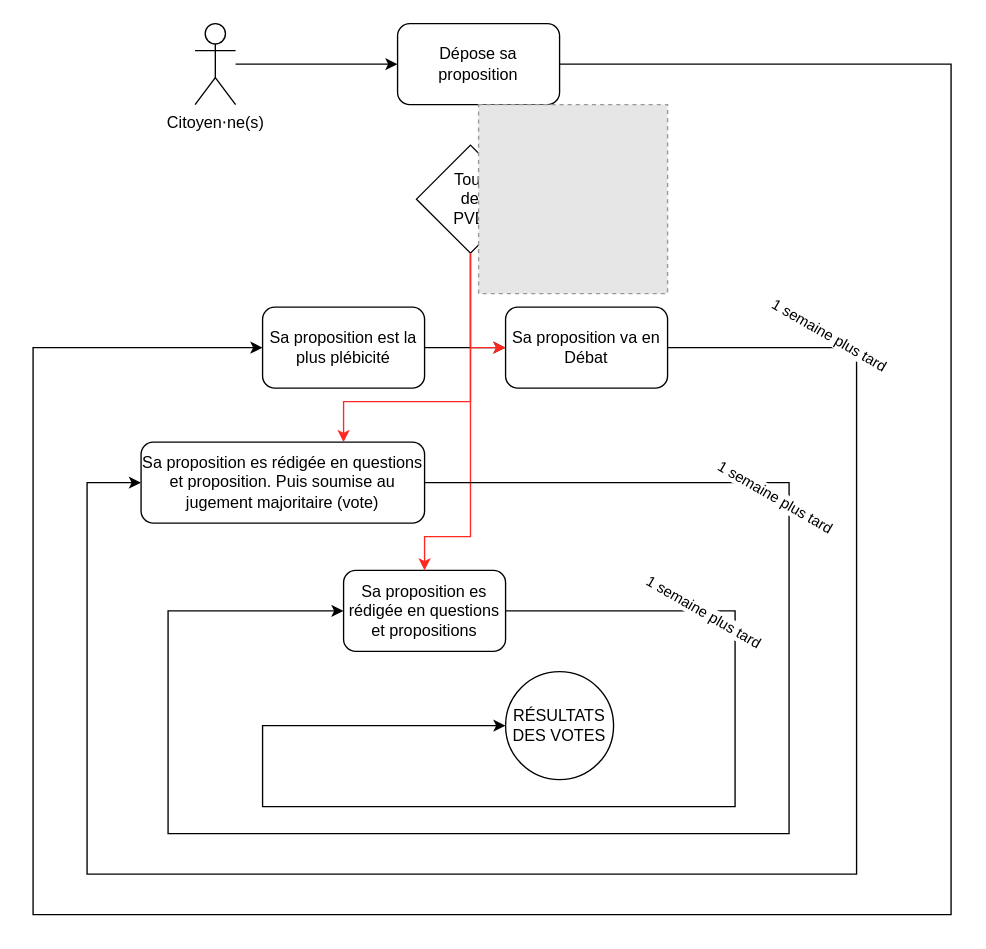
The draw.io diagram page "Dépot d'une proposition" (2 of 3) of InteractionPVD.drawio in emilienGallet/PVD_fonctionement_ext, before the edit. Source tidied: cells renumbered, new cells numbered last; positions are measured from the earlier drawing's top-left corner, leaving out a move shared by most shapes. Both pictures are drawn from the tidied source at 135%, with x=0, y=0 at pixel (32, 23). Pictures stored in the file or linked from it are replaced by grey dashed boxes.
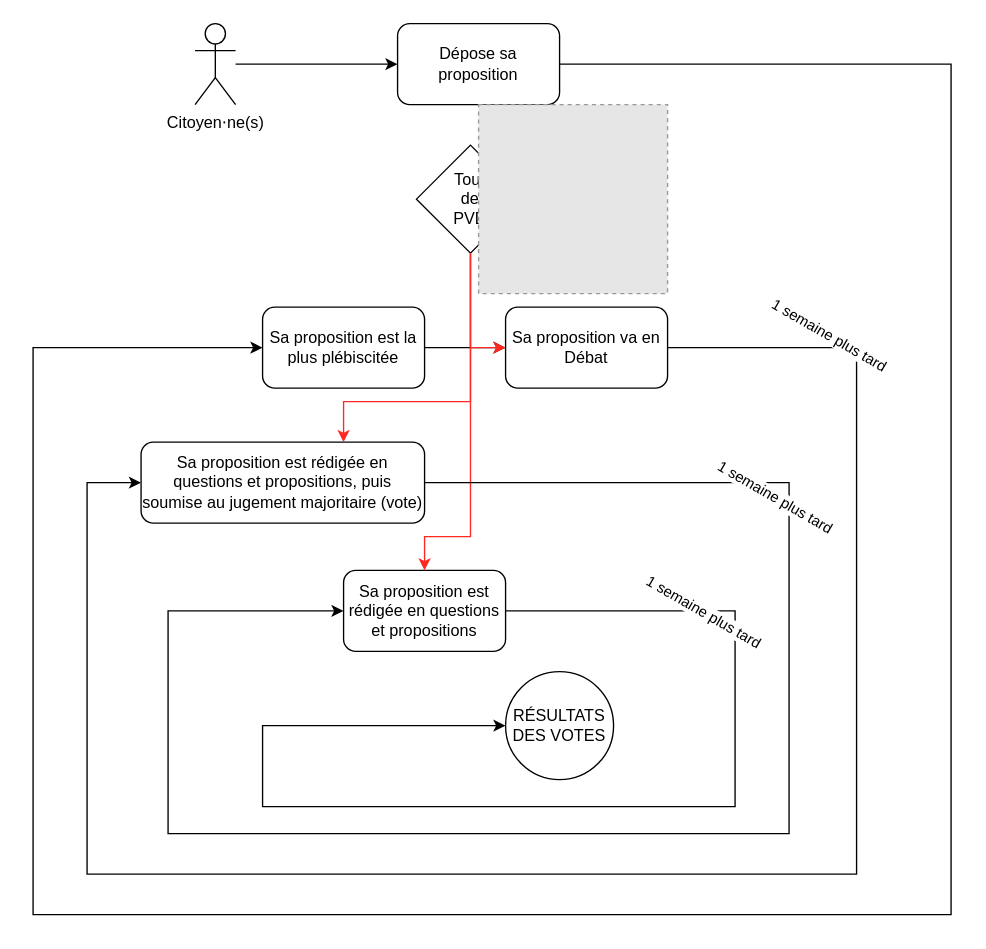
After the change.

Commit message (it also covers changes not shown here):
Mettre à jour InteractionPVD.drawio

Change to the diagram source:
```diff
@@
-    <mxCell id="7" value="Sa proposition est la plus plébicité" style="rounded=1;whiteSpace=wrap;html=1;" parent="1" vertex="1">
+    <mxCell id="7" value="Sa proposition est la plus plébiscitée" style="rounded=1;whiteSpace=wrap;html=1;" parent="1" vertex="1">
       <mxGeometry x="170" y="210" width="120" height="60" as="geometry" />
     </mxCell>
@@
-    <mxCell id="13" value="Sa proposition es rédigée en questions et proposition. Puis soumise au jugement majoritaire (vote) " style="rounded=1;whiteSpace=wrap;html=1;" parent="1" vertex="1">
+    <mxCell id="13" value="Sa proposition est rédigée en questions et propositions, puis soumise au jugement majoritaire (vote) " style="rounded=1;whiteSpace=wrap;html=1;" parent="1" vertex="1">
       <mxGeometry x="80" y="310" width="210" height="60" as="geometry" />
     </mxCell>
-    <mxCell id="14" value="Sa proposition es rédigée en questions et propositions " style="rounded=1;whiteSpace=wrap;html=1;" parent="1" vertex="1">
+    <mxCell id="14" value="Sa proposition est rédigée en questions et propositions " style="rounded=1;whiteSpace=wrap;html=1;" parent="1" vertex="1">
       <mxGeometry x="230" y="405" width="120" height="60" as="geometry" />
     </mxCell>
```
